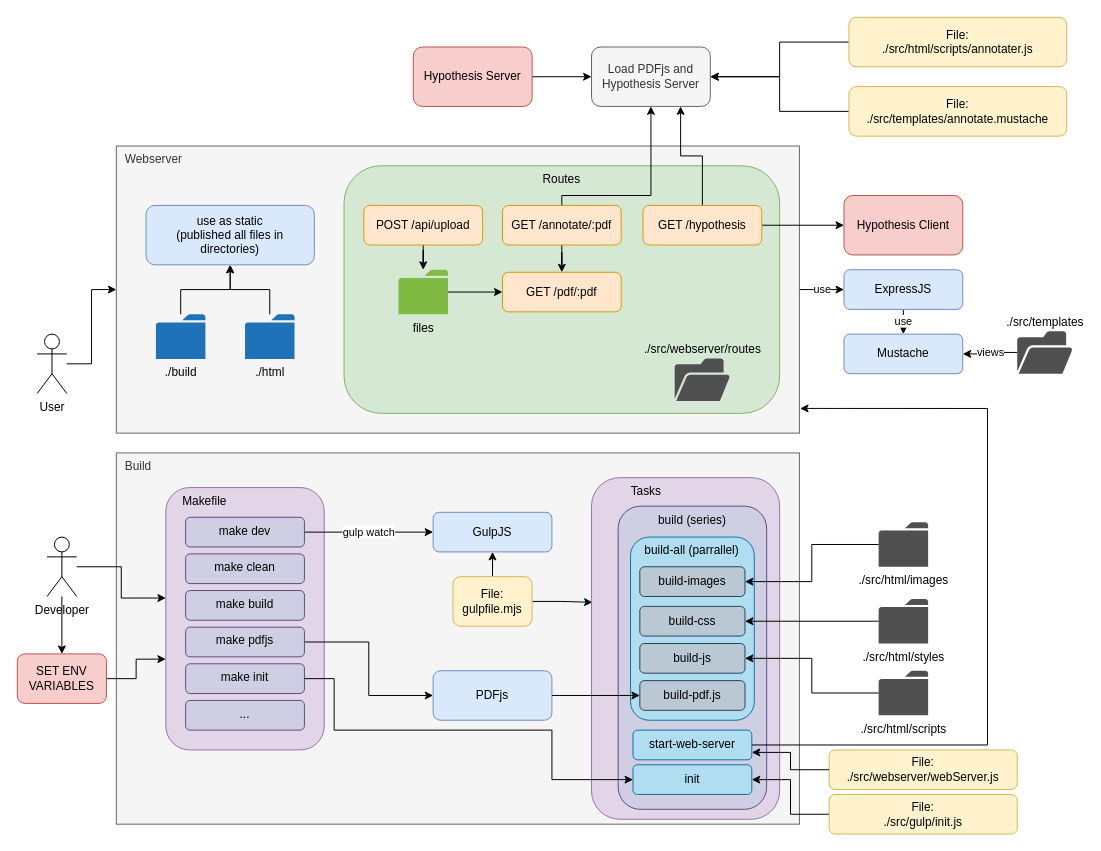
This is page "Content Server" (1 of 3) of content-server/docs/architecture.drawio from UKPLab/CARE, a draw.io file, before an edit. Source tidied: cells renumbered, new cells numbered last; positions are measured from the earlier drawing's top-left corner, leaving out a move shared by most shapes. Both pictures are drawn from the tidied source at 99%, with x=0, y=0 at pixel (17, 17).
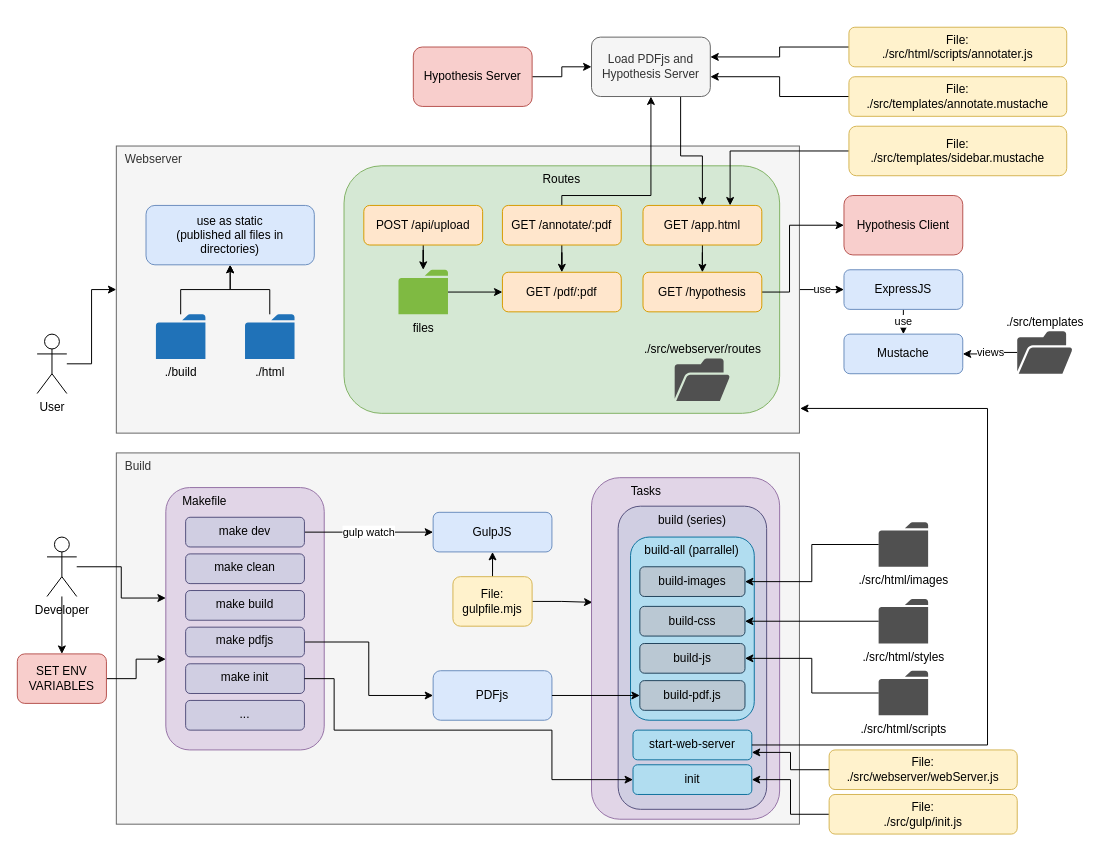
Above is the later version.

Commit message (it also covers changes not shown here):
update architecture file with sidebar structure

The change refers to these unchanged cells:
```xml
<mxCell id="55" value="Hypothesis Client" style="rounded=1;whiteSpace=wrap;html=1;fillColor=#f8cecc;strokeColor=#b85450;" parent="1" vertex="1">
  <mxGeometry x="835" y="180" width="120" height="60" as="geometry" />
</mxCell>
```

The edit, as a diff of the source:
```diff
@@
+    <mxCell id="79" style="edgeStyle=orthogonalEdgeStyle;rounded=0;jettySize=auto;html=1;entryX=0.5;entryY=0;entryDx=0;entryDy=0;" parent="1" edge="1" source="47" target="81">
+      <mxGeometry relative="1" as="geometry">
+        <Array as="points">
+          <mxPoint x="670" y="140" />
+          <mxPoint x="692" y="140" />
+        </Array>
+      </mxGeometry>
+    </mxCell>
     <mxCell id="47" value="Load PDFjs and Hypothesis Server" style="rounded=1;whiteSpace=wrap;html=1;fillColor=#f5f5f5;strokeColor=#666666;fontColor=#333333;" parent="1" vertex="1">
-      <mxGeometry x="580" y="30" width="120" height="60" as="geometry" />
+      <mxGeometry x="580" y="20" width="120" height="60" as="geometry" />
     </mxCell>
     <mxCell id="48" style="edgeStyle=orthogonalEdgeStyle;rounded=0;jettySize=auto;html=1;" parent="1" edge="1" source="49" target="47">
-      <mxGeometry relative="1" as="geometry" />
+      <mxGeometry relative="1" as="geometry">
+        <Array as="points">
+          <mxPoint x="770" y="30" />
+          <mxPoint x="770" y="40" />
+        </Array>
+      </mxGeometry>
     </mxCell>
     <mxCell id="49" value="File:&lt;br&gt;./src/html/scripts/annotater.js" style="whiteSpace=wrap;html=1;rounded=1;align=center;verticalAlign=middle;fillColor=#fff2cc;strokeColor=#d6b656;" parent="1" vertex="1">
-      <mxGeometry x="840" width="220" height="50" as="geometry" />
+      <mxGeometry x="840" y="10" width="220" height="40" as="geometry" />
     </mxCell>
-    <mxCell id="50" style="edgeStyle=orthogonalEdgeStyle;rounded=0;jettySize=auto;html=1;" parent="1" edge="1" source="51" target="47">
-      <mxGeometry relative="1" as="geometry" />
+    <mxCell id="50" style="edgeStyle=orthogonalEdgeStyle;rounded=0;jettySize=auto;html=1;exitX=0;exitY=0.5;exitDx=0;exitDy=0;" parent="1" edge="1" source="51" target="47">
+      <mxGeometry relative="1" as="geometry">
+        <Array as="points">
+          <mxPoint x="770" y="80" />
+          <mxPoint x="770" y="60" />
+        </Array>
+      </mxGeometry>
     </mxCell>
     <mxCell id="51" value="File:&lt;br&gt;./src/templates/annotate.mustache" style="whiteSpace=wrap;html=1;rounded=1;align=center;verticalAlign=middle;fillColor=#fff2cc;strokeColor=#d6b656;" parent="1" vertex="1">
-      <mxGeometry x="840" y="70" width="220" height="50" as="geometry" />
+      <mxGeometry x="840" y="60" width="220" height="40" as="geometry" />
     </mxCell>
     <mxCell id="52" style="edgeStyle=orthogonalEdgeStyle;rounded=0;jettySize=auto;html=1;entryX=0;entryY=0.5;entryDx=0;entryDy=0;" parent="1" edge="1" source="54" target="55">
-      <mxGeometry relative="1" as="geometry" />
+      <mxGeometry relative="1" as="geometry">
+        <Array as="points">
+          <mxPoint x="780" y="278" />
+          <mxPoint x="780" y="210" />
+        </Array>
+      </mxGeometry>
     </mxCell>
-    <mxCell id="53" style="edgeStyle=orthogonalEdgeStyle;rounded=0;jettySize=auto;html=1;entryX=0.75;entryY=1;entryDx=0;entryDy=0;startArrow=none;startFill=0;endArrow=classic;endFill=1;strokeColor=default;" parent="1" edge="1" source="54" target="47">
-      <mxGeometry relative="1" as="geometry" />
-    </mxCell>
     <mxCell id="54" value="GET /hypothesis" style="rounded=1;whiteSpace=wrap;html=1;fillColor=#ffe6cc;strokeColor=#d79b00;" parent="1" vertex="1">
-      <mxGeometry x="632" y="190" width="120" height="40" as="geometry" />
+      <mxGeometry x="632" y="257.5" width="120" height="40" as="geometry" />
     </mxCell>
@@
+    <mxCell id="80" style="edgeStyle=orthogonalEdgeStyle;rounded=0;jettySize=auto;html=1;" parent="1" edge="1" source="81" target="54">
+      <mxGeometry relative="1" as="geometry" />
+    </mxCell>
+    <mxCell id="81" value="GET /app.html" style="rounded=1;whiteSpace=wrap;html=1;fillColor=#ffe6cc;strokeColor=#d79b00;" parent="1" vertex="1">
+      <mxGeometry x="632" y="190" width="120" height="40" as="geometry" />
+    </mxCell>
+    <mxCell id="82" style="edgeStyle=orthogonalEdgeStyle;rounded=0;jettySize=auto;html=1;" parent="1" edge="1" source="83" target="81">
+      <mxGeometry relative="1" as="geometry">
+        <Array as="points">
+          <mxPoint x="720" y="135" />
+        </Array>
+      </mxGeometry>
+    </mxCell>
+    <mxCell id="83" value="File:&lt;br&gt;./src/templates/sidebar.mustache" style="whiteSpace=wrap;html=1;rounded=1;align=center;verticalAlign=middle;fillColor=#fff2cc;strokeColor=#d6b656;" parent="1" vertex="1">
+      <mxGeometry x="840" y="110" width="220" height="50" as="geometry" />
+    </mxCell>
```
